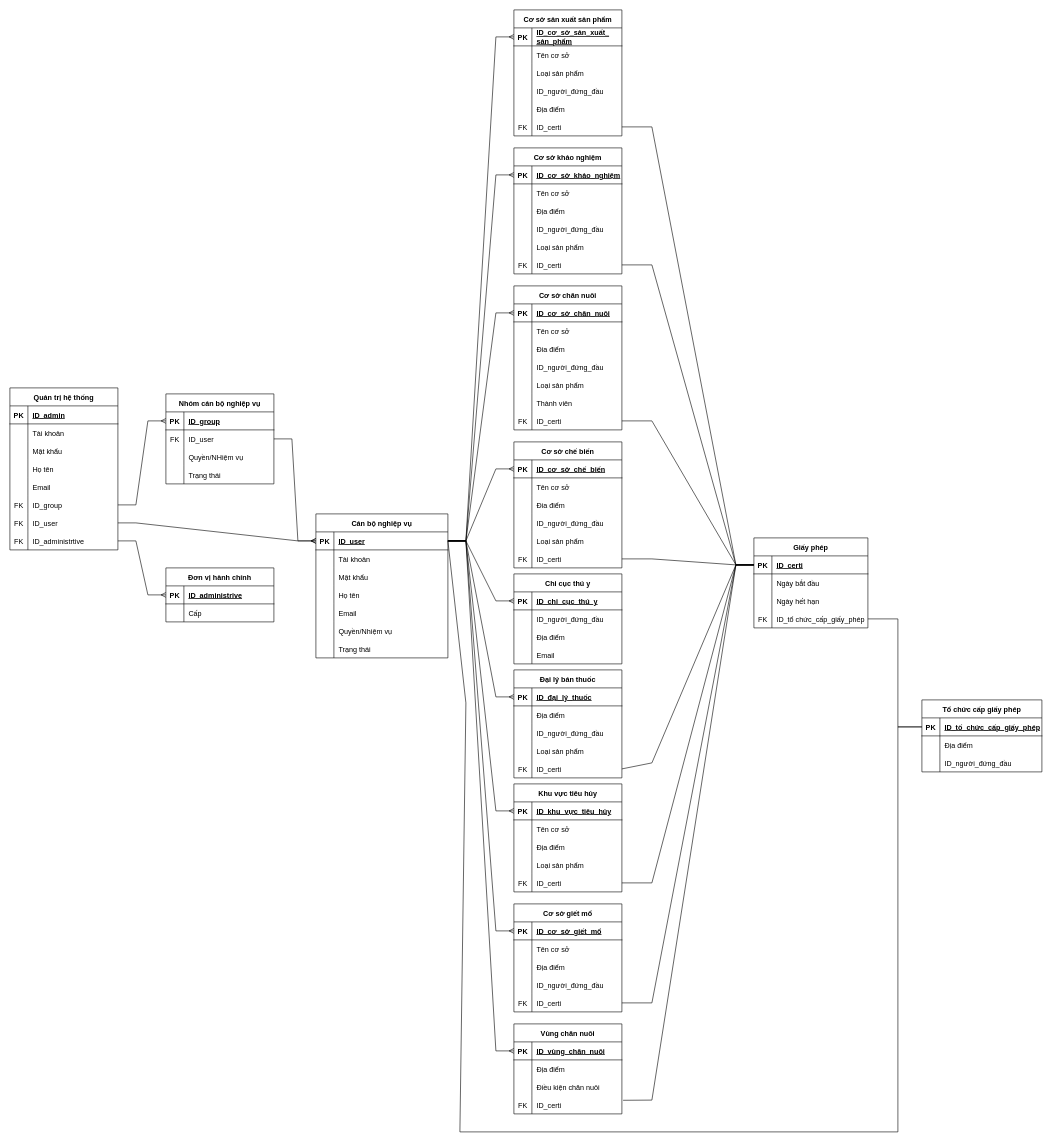
This is Entity – Relationship Diagram.drawio from ngkhnghia/ktpmud, a draw.io file, before an edit. Source tidied: cells renumbered, new cells numbered last; positions are measured from the earlier drawing's top-left corner, leaving out a move shared by most shapes. Both pictures are drawn from the tidied source at 60%, with x=0, y=0 at pixel (10, 10).
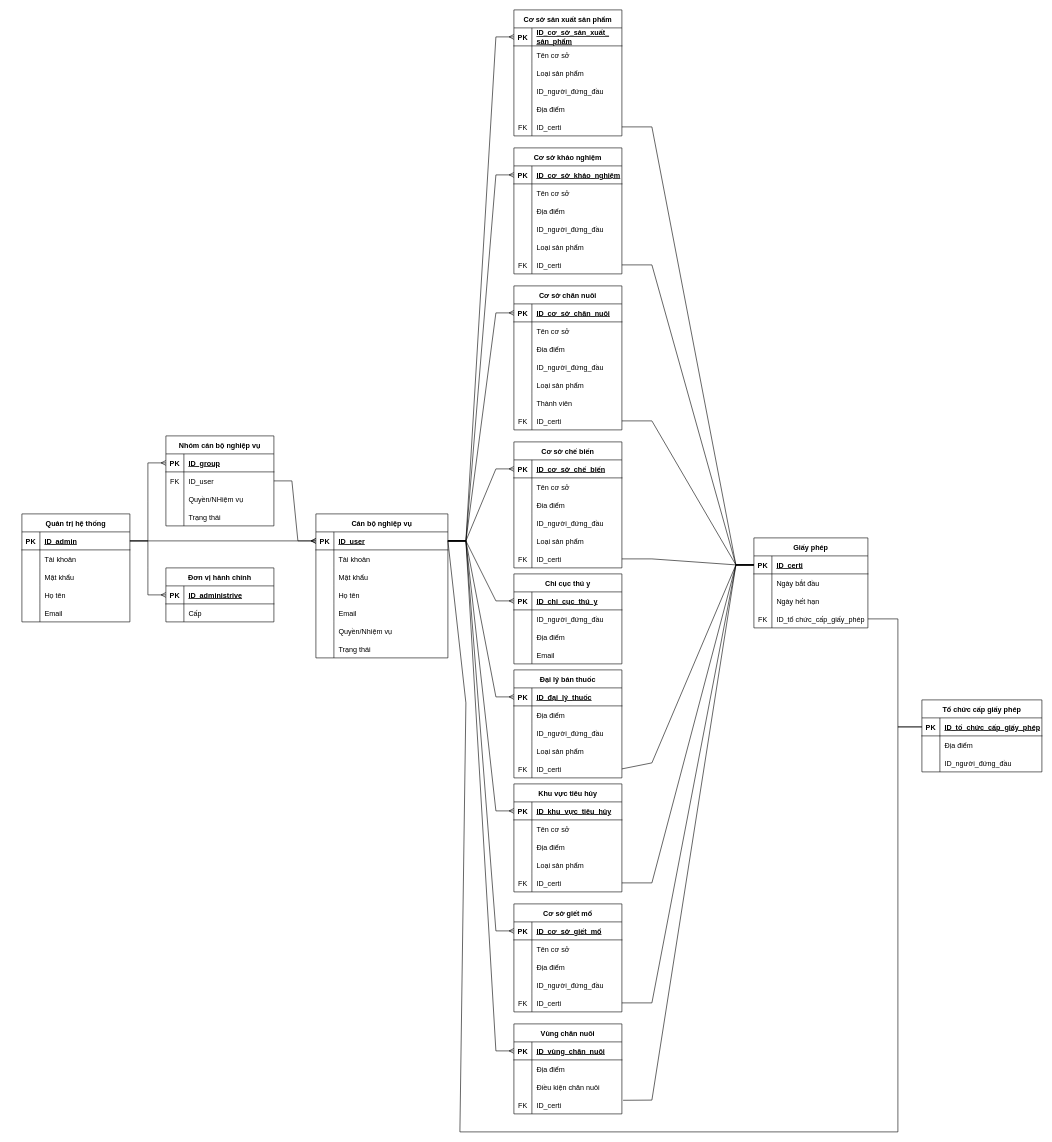
The same diagram, later.

The change refers to these unchanged cells:
```xml
<mxCell id="3" style="shape=tableRow;horizontal=0;startSize=0;swimlaneHead=0;swimlaneBody=0;fillColor=none;points=[[0,0.5],[1,0.5]];portConstraint=eastwest;top=0;left=0;right=0;bottom=1;" parent="2" vertex="1">
  <mxGeometry y="30" width="180" height="30" as="geometry" />
</mxCell>
<mxCell id="28" style="shape=tableRow;horizontal=0;startSize=0;swimlaneHead=0;swimlaneBody=0;fillColor=none;points=[[0,0.5],[1,0.5]];portConstraint=eastwest;top=0;left=0;right=0;bottom=1;" parent="27" vertex="1">
  <mxGeometry y="30" width="220" height="30" as="geometry" />
</mxCell>
<mxCell id="50" style="shape=tableRow;horizontal=0;startSize=0;swimlaneHead=0;swimlaneBody=0;fillColor=none;points=[[0,0.5],[1,0.5]];portConstraint=eastwest;top=0;left=0;right=0;bottom=1;" parent="49" vertex="1">
  <mxGeometry y="30" width="180" height="30" as="geometry" />
</mxCell>
<mxCell id="63" style="shape=tableRow;horizontal=0;startSize=0;swimlaneHead=0;swimlaneBody=0;fillColor=none;points=[[0,0.5],[1,0.5]];portConstraint=eastwest;top=0;left=0;right=0;bottom=1;" parent="62" vertex="1">
  <mxGeometry y="30" width="180" height="30" as="geometry" />
</mxCell>
```

Change to the diagram source:
```diff
@@
     <mxCell id="2" value="Quản trị hệ thống" style="shape=table;startSize=30;childLayout=tableLayout;rowLines=0;fontStyle=1;align=center;" parent="1" vertex="1">
-      <mxGeometry y="630" width="180" height="270" as="geometry" />
+      <mxGeometry x="20" y="840" width="180" height="180" as="geometry" />
     </mxCell>
@@
-    <mxCell id="18" style="shape=tableRow;horizontal=0;startSize=0;swimlaneHead=0;swimlaneBody=0;fillColor=none;points=[[0,0.5],[1,0.5]];portConstraint=eastwest;top=0;left=0;right=0;bottom=0;" parent="2" vertex="1">
-      <mxGeometry y="180" width="180" height="30" as="geometry" />
-    </mxCell>
-    <mxCell id="19" value="FK" style="shape=partialRectangle;fillColor=none;top=0;left=0;bottom=0;right=0;overflow=hidden;" parent="18" vertex="1">
-      <mxGeometry width="30" height="30" as="geometry" />
-    </mxCell>
-    <mxCell id="20" value="ID_group" style="shape=partialRectangle;fillColor=none;top=0;left=0;bottom=0;right=0;align=left;spacingLeft=6;overflow=hidden;" parent="18" vertex="1">
-      <mxGeometry x="30" width="150" height="30" as="geometry" />
-    </mxCell>
-    <mxCell id="21" style="shape=tableRow;horizontal=0;startSize=0;swimlaneHead=0;swimlaneBody=0;fillColor=none;points=[[0,0.5],[1,0.5]];portConstraint=eastwest;top=0;left=0;right=0;bottom=0;" parent="2" vertex="1">
-      <mxGeometry y="210" width="180" height="30" as="geometry" />
-    </mxCell>
-    <mxCell id="22" value="FK" style="shape=partialRectangle;fillColor=none;top=0;left=0;bottom=0;right=0;overflow=hidden;" parent="21" vertex="1">
-      <mxGeometry width="30" height="30" as="geometry" />
-    </mxCell>
-    <mxCell id="23" value="ID_user" style="shape=partialRectangle;fillColor=none;top=0;left=0;bottom=0;right=0;align=left;spacingLeft=6;overflow=hidden;" parent="21" vertex="1">
-      <mxGeometry x="30" width="150" height="30" as="geometry" />
-    </mxCell>
-    <mxCell id="24" style="shape=tableRow;horizontal=0;startSize=0;swimlaneHead=0;swimlaneBody=0;fillColor=none;points=[[0,0.5],[1,0.5]];portConstraint=eastwest;top=0;left=0;right=0;bottom=0;" parent="2" vertex="1">
-      <mxGeometry y="240" width="180" height="30" as="geometry" />
-    </mxCell>
-    <mxCell id="25" value="FK" style="shape=partialRectangle;fillColor=none;top=0;left=0;bottom=0;right=0;overflow=hidden;" parent="24" vertex="1">
-      <mxGeometry width="30" height="30" as="geometry" />
-    </mxCell>
-    <mxCell id="26" value="ID_administrtive" style="shape=partialRectangle;fillColor=none;top=0;left=0;bottom=0;right=0;align=left;spacingLeft=6;overflow=hidden;" parent="24" vertex="1">
-      <mxGeometry x="30" width="150" height="30" as="geometry" />
-    </mxCell>
@@
     <mxCell id="49" value="Nhóm cán bộ nghiệp vụ" style="shape=table;startSize=30;childLayout=tableLayout;rowLines=0;fontStyle=1;align=center;" parent="1" vertex="1">
-      <mxGeometry x="260" y="640" width="180" height="150" as="geometry" />
+      <mxGeometry x="260" y="710" width="180" height="150" as="geometry" />
     </mxCell>
@@
-    <mxCell id="245" style="edgeStyle=entityRelationEdgeStyle;fontSize=12;html=1;endArrow=ERmany;rounded=0;" parent="1" edge="1" source="21" target="28">
+    <mxCell id="245" style="edgeStyle=entityRelationEdgeStyle;fontSize=12;html=1;endArrow=ERmany;rounded=0;exitX=1;exitY=0.5;exitDx=0;exitDy=0;" parent="1" edge="1" source="3" target="28">
       <mxGeometry relative="1" as="geometry" />
     </mxCell>
-    <mxCell id="246" style="edgeStyle=entityRelationEdgeStyle;fontSize=12;html=1;endArrow=ERmany;rounded=0;" parent="1" edge="1" source="18" target="50">
+    <mxCell id="246" style="edgeStyle=entityRelationEdgeStyle;fontSize=12;html=1;endArrow=ERmany;rounded=0;exitX=1;exitY=0.5;exitDx=0;exitDy=0;" parent="1" edge="1" source="3" target="50">
       <mxGeometry relative="1" as="geometry" />
     </mxCell>
@@
-    <mxCell id="251" style="edgeStyle=entityRelationEdgeStyle;fontSize=12;html=1;endArrow=ERmany;rounded=0;" parent="1" edge="1" source="24" target="63">
+    <mxCell id="251" style="edgeStyle=entityRelationEdgeStyle;fontSize=12;html=1;endArrow=ERmany;rounded=0;exitX=1;exitY=0.5;exitDx=0;exitDy=0;" parent="1" edge="1" source="3" target="63">
       <mxGeometry relative="1" as="geometry" />
     </mxCell>
```
